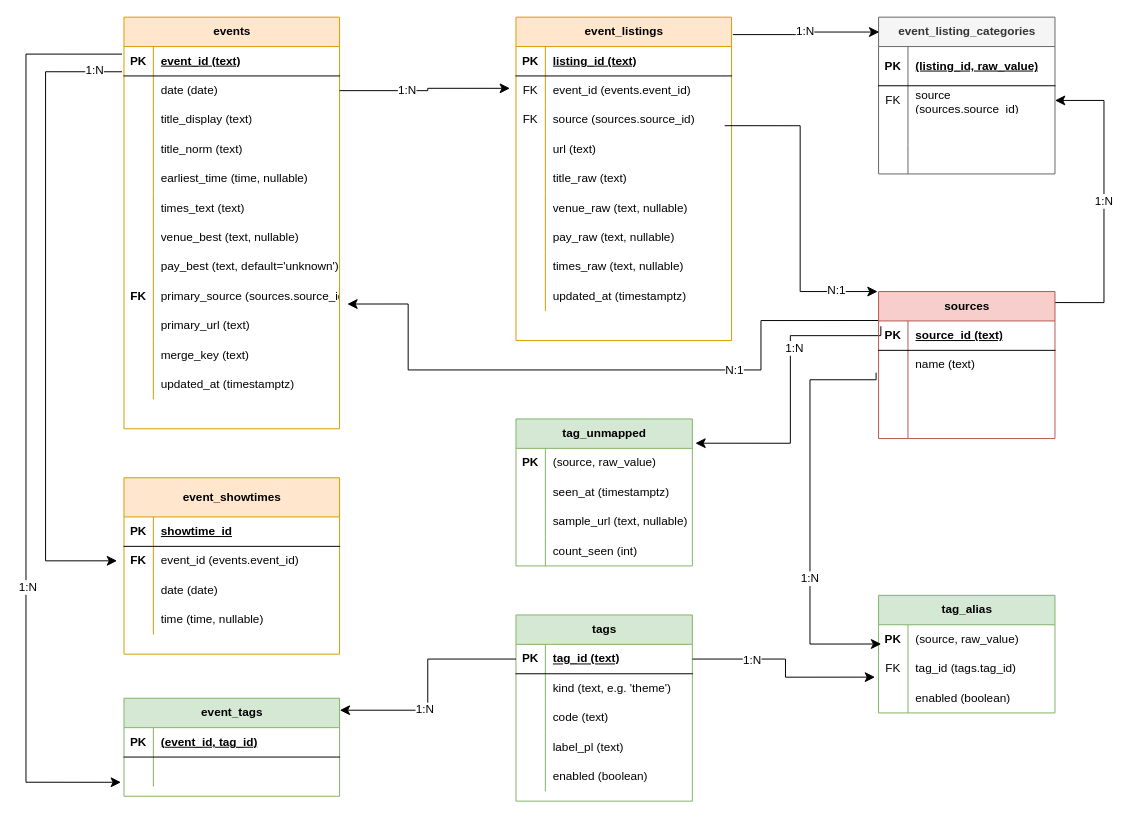
Earlier version of the draw.io diagram page "ERD" (2 of 2) of docs/lehv2/stage2/diagrams/S2-01_Telegram_UX-and-ERD.drawio.xml (olenapetrova-da/lublin-events-hub). Source tidied: cells renumbered, new cells numbered last; positions are measured from the earlier drawing's top-left corner, leaving out a move shared by most shapes. Both pictures are drawn from the tidied source at 98%, with x=0, y=0 at pixel (25, 17).
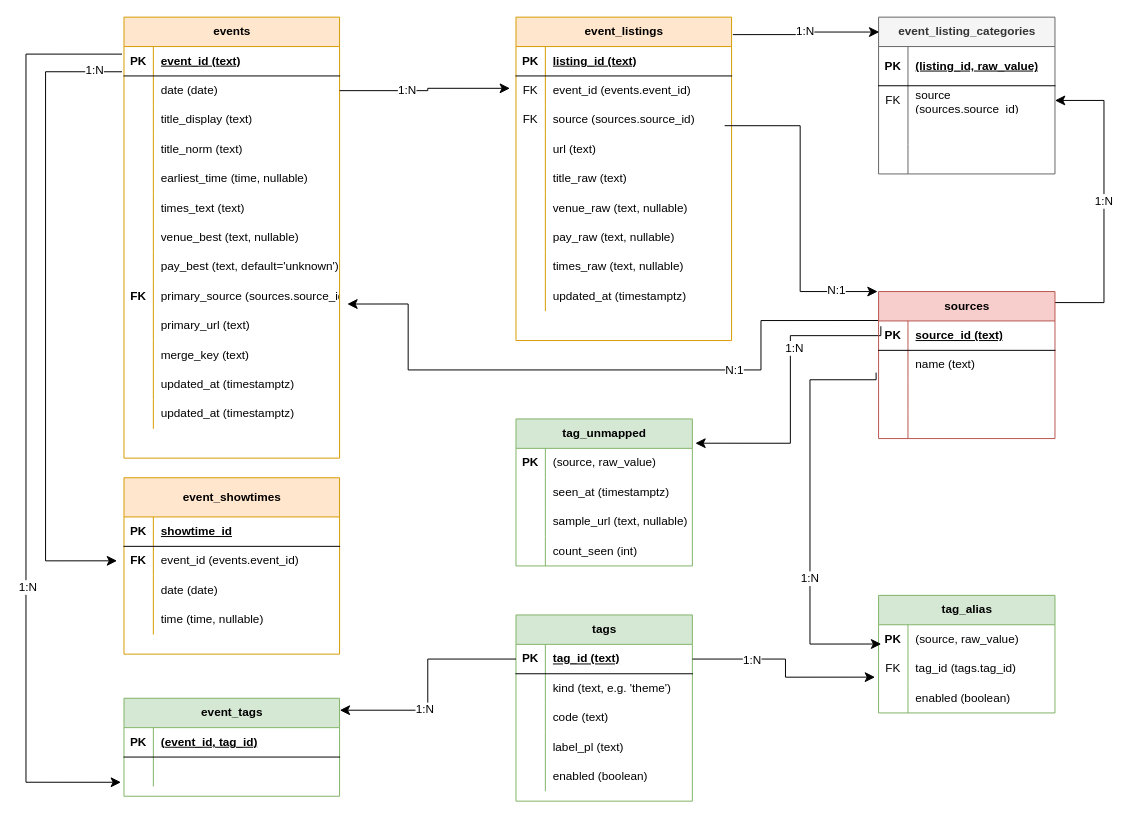
Above is the later version.

Change to the diagram source:
```diff
@@
     <mxCell id="6" value="events" style="shape=table;startSize=30;childLayout=tableLayout;rowLines=0;fontStyle=1;align=center;html=1;fillColor=#ffe6cc;strokeColor=#d79b00;" parent="1" vertex="1">
-      <mxGeometry x="100" width="220" height="420" as="geometry" />
+      <mxGeometry x="100" width="220" height="450" as="geometry" />
     </mxCell>
@@
+    <mxCell id="174" style="shape=tableRow;horizontal=0;startSize=0;swimlaneHead=0;swimlaneBody=0;fillColor=none;top=0;left=0;right=0;bottom=0;" parent="6" vertex="1">
+      <mxGeometry y="390" width="220" height="30" as="geometry" />
+    </mxCell>
+    <mxCell id="175" style="shape=partialRectangle;fillColor=none;top=0;left=0;bottom=0;right=0;overflow=hidden;whiteSpace=wrap;html=1;" parent="174" vertex="1">
+      <mxGeometry width="30" height="30" as="geometry" />
+    </mxCell>
+    <mxCell id="176" value="&lt;span style=&quot;text-align: center;&quot;&gt;updated_at (timestamptz)&lt;/span&gt;" style="shape=partialRectangle;fillColor=none;top=0;left=0;bottom=0;right=0;align=left;spacingLeft=6;overflow=hidden;whiteSpace=wrap;html=1;" parent="174" vertex="1">
+      <mxGeometry x="30" width="190" height="30" as="geometry" />
+    </mxCell>
```
